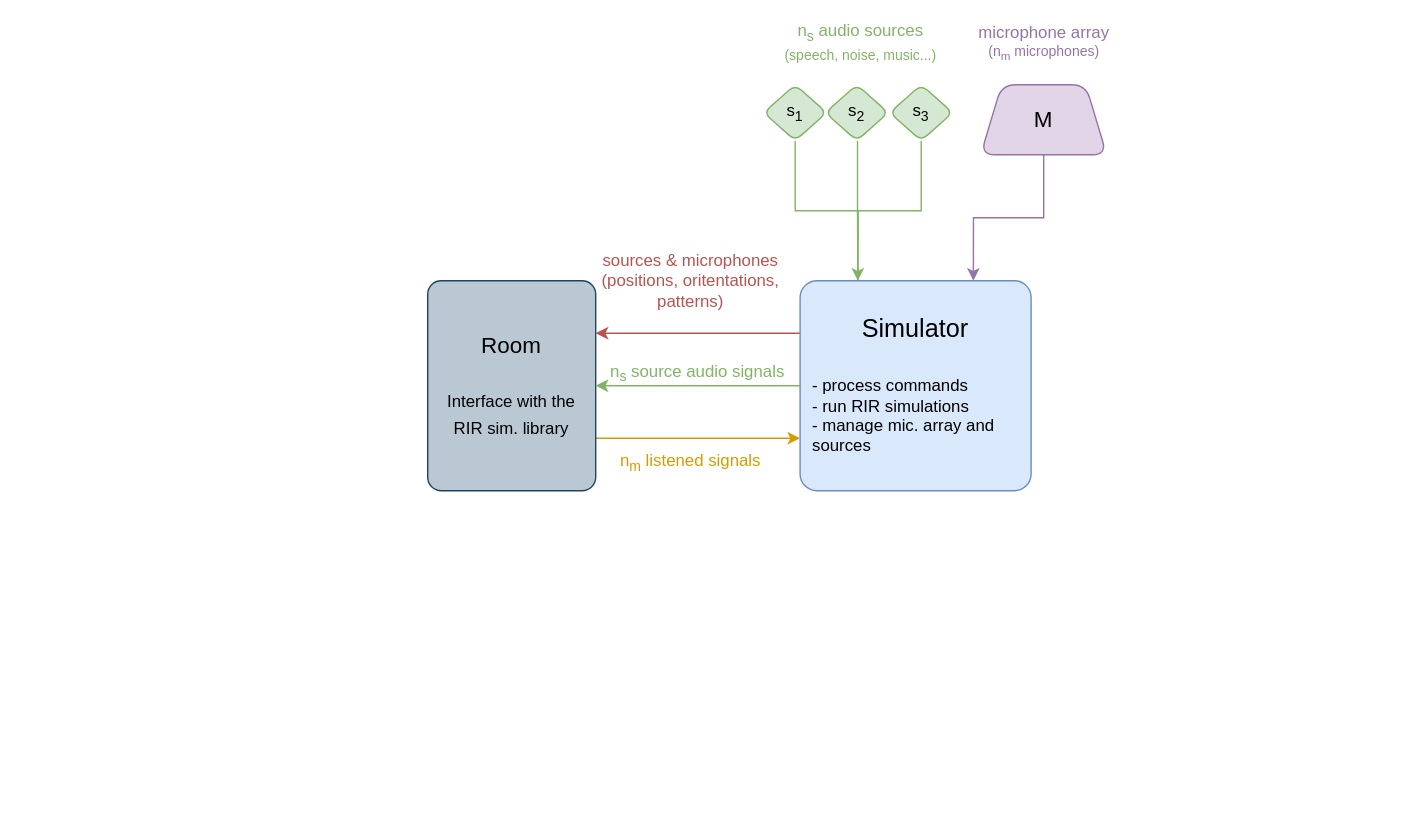
This is slides/2_simulator/figures/simulator_architecture_2.svg from GaetanLepage/phd_defense_slides, a draw.io export, as it was before one commit. Source tidied: cells renumbered, new cells last; positions are measured from the earlier drawing's top-left corner, leaving out a move shared by most shapes.
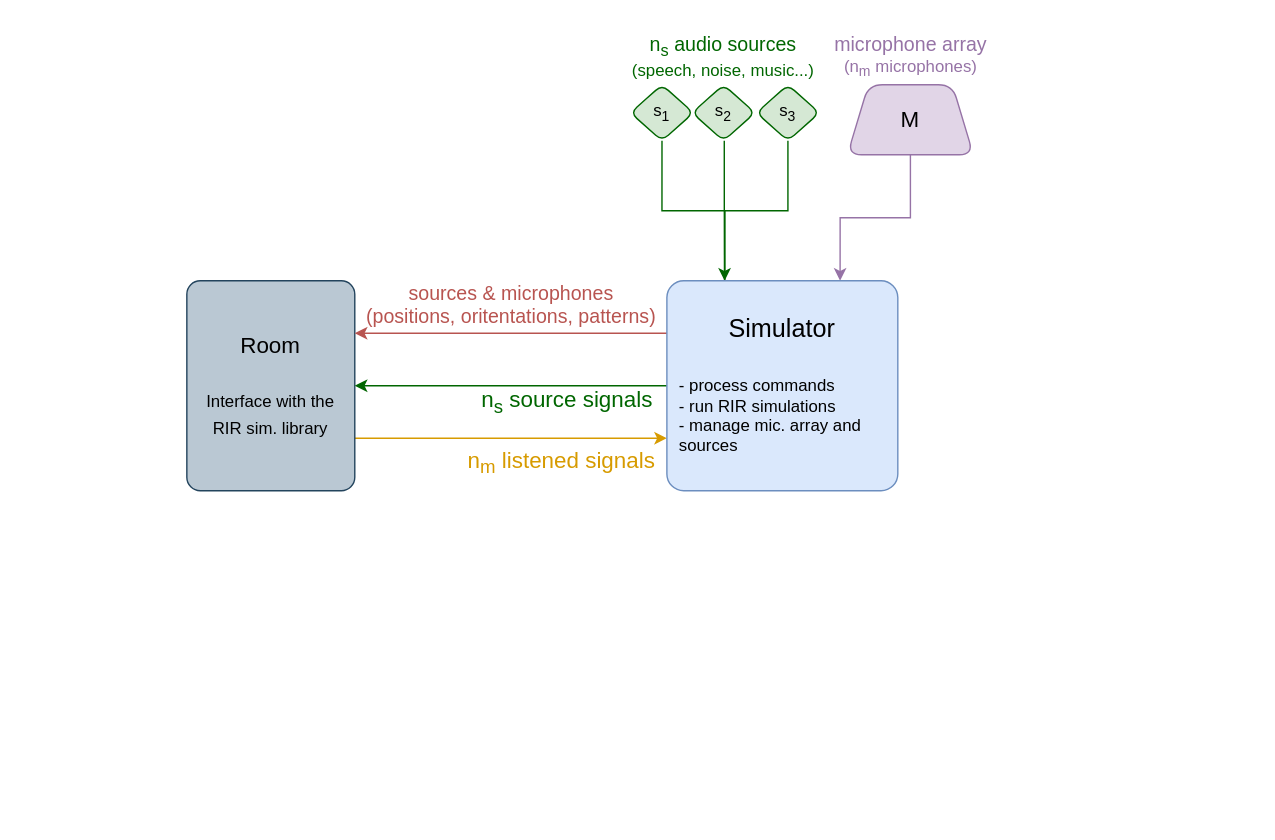
The same diagram one commit later.

Diff of the diagram source:
```diff
@@ -3,57 +3,57 @@
     <mxCell id="0" />
     <mxCell id="1" parent="0" />
     <mxCell id="2" style="rounded=0;whiteSpace=wrap;html=1;fillColor=none;strokeColor=none;" parent="1" vertex="1">
-      <mxGeometry width="1005" height="600" as="geometry" />
+      <mxGeometry x="95" width="910" height="600" as="geometry" />
     </mxCell>
-    <mxCell id="3" value="n&lt;sub&gt;s&lt;/sub&gt; source audio signals" style="text;html=1;align=center;verticalAlign=middle;whiteSpace=wrap;rounded=0;fontFamily=Helvetica;fontColor=#82B366;" parent="1" vertex="1">
-      <mxGeometry x="433" y="256" width="130" height="20" as="geometry" />
+    <mxCell id="3" value="n&lt;sub&gt;s&lt;/sub&gt; source signals" style="text;html=1;align=center;verticalAlign=middle;whiteSpace=wrap;rounded=0;fontFamily=Helvetica;fontColor=#006600;fontSize=16;" parent="1" vertex="1">
+      <mxGeometry x="435" y="277" width="130" height="20" as="geometry" />
     </mxCell>
     <mxCell id="4" style="edgeStyle=orthogonalEdgeStyle;rounded=1;hachureGap=4;jettySize=auto;html=1;exitX=1;exitY=0.75;exitDx=0;exitDy=0;entryX=0;entryY=0.75;entryDx=0;entryDy=0;fontFamily=Architects Daughter;fontSource=https%3A%2F%2Ffonts.googleapis.com%2Fcss%3Ffamily%3DArchitects%2BDaughter;fillColor=#ffe6cc;strokeColor=#d79b00;" parent="1" edge="1" source="5" target="20">
       <mxGeometry relative="1" as="geometry" />
     </mxCell>
     <mxCell id="5" value="Room&lt;div&gt;&lt;br&gt;&lt;div&gt;&lt;font style=&quot;font-size: 12px;&quot;&gt;Interface with the RIR sim. library&lt;/font&gt;&lt;/div&gt;&lt;/div&gt;" style="rounded=1;whiteSpace=wrap;html=1;hachureGap=4;fontFamily=Helvetica;fillColor=#bac8d3;strokeColor=#23445d;fontSize=16;spacing=6;arcSize=8;" parent="1" vertex="1">
-      <mxGeometry x="305" y="200" width="120" height="150" as="geometry" />
+      <mxGeometry x="228" y="200" width="120" height="150" as="geometry" />
     </mxCell>
     <mxCell id="6" style="edgeStyle=orthogonalEdgeStyle;rounded=1;hachureGap=4;jettySize=auto;html=1;exitX=0;exitY=0.25;exitDx=0;exitDy=0;entryX=1;entryY=0.25;entryDx=0;entryDy=0;fontFamily=Architects Daughter;fontSource=https%3A%2F%2Ffonts.googleapis.com%2Fcss%3Ffamily%3DArchitects%2BDaughter;fillColor=#f8cecc;strokeColor=#b85450;" parent="1" edge="1" source="20" target="5">
       <mxGeometry relative="1" as="geometry" />
     </mxCell>
-    <mxCell id="7" value="n&lt;sub&gt;m&lt;/sub&gt;&amp;nbsp;listened signals" style="text;html=1;align=center;verticalAlign=middle;whiteSpace=wrap;rounded=0;fontFamily=Helvetica;fontColor=#D79B00;" parent="1" vertex="1">
-      <mxGeometry x="433" y="320" width="120" height="20" as="geometry" />
+    <mxCell id="7" value="n&lt;sub&gt;m&lt;/sub&gt;&amp;nbsp;listened signals" style="text;html=1;align=center;verticalAlign=middle;whiteSpace=wrap;rounded=0;fontFamily=Helvetica;fontColor=#D79B00;fontSize=16;" parent="1" vertex="1">
+      <mxGeometry x="425" y="320" width="142" height="20" as="geometry" />
     </mxCell>
-    <mxCell id="8" style="edgeStyle=orthogonalEdgeStyle;rounded=0;hachureGap=4;jettySize=auto;html=1;exitX=0;exitY=0.5;exitDx=0;exitDy=0;entryX=1;entryY=0.5;entryDx=0;entryDy=0;fontFamily=Architects Daughter;fontSource=https%3A%2F%2Ffonts.googleapis.com%2Fcss%3Ffamily%3DArchitects%2BDaughter;fillColor=#d5e8d4;strokeColor=#82b366;" parent="1" edge="1" source="20" target="5">
+    <mxCell id="8" style="edgeStyle=orthogonalEdgeStyle;rounded=0;hachureGap=4;jettySize=auto;html=1;exitX=0;exitY=0.5;exitDx=0;exitDy=0;entryX=1;entryY=0.5;entryDx=0;entryDy=0;fontFamily=Architects Daughter;fontSource=https%3A%2F%2Ffonts.googleapis.com%2Fcss%3Ffamily%3DArchitects%2BDaughter;fillColor=#d5e8d4;strokeColor=#006600;" parent="1" edge="1" source="20" target="5">
       <mxGeometry relative="1" as="geometry" />
     </mxCell>
-    <mxCell id="9" style="edgeStyle=orthogonalEdgeStyle;rounded=0;hachureGap=4;jettySize=auto;html=1;exitX=0.5;exitY=1;exitDx=0;exitDy=0;entryX=0.25;entryY=0;entryDx=0;entryDy=0;fontFamily=Architects Daughter;fontSource=https%3A%2F%2Ffonts.googleapis.com%2Fcss%3Ffamily%3DArchitects%2BDaughter;strokeColor=#82B366;endArrow=none;startFill=0;" parent="1" edge="1" source="10" target="20">
+    <mxCell id="9" style="edgeStyle=orthogonalEdgeStyle;rounded=0;hachureGap=4;jettySize=auto;html=1;exitX=0.5;exitY=1;exitDx=0;exitDy=0;entryX=0.25;entryY=0;entryDx=0;entryDy=0;fontFamily=Architects Daughter;fontSource=https%3A%2F%2Ffonts.googleapis.com%2Fcss%3Ffamily%3DArchitects%2BDaughter;strokeColor=#006600;endArrow=none;startFill=0;" parent="1" edge="1" source="10" target="20">
       <mxGeometry relative="1" as="geometry" />
     </mxCell>
-    <mxCell id="10" value="s&lt;sub&gt;1&lt;/sub&gt;" style="rhombus;whiteSpace=wrap;html=1;hachureGap=4;fontFamily=Helvetica;rounded=1;arcSize=12;fillColor=#d5e8d4;strokeColor=#82b366;" parent="1" vertex="1">
+    <mxCell id="10" value="s&lt;sub&gt;1&lt;/sub&gt;" style="rhombus;whiteSpace=wrap;html=1;hachureGap=4;fontFamily=Helvetica;rounded=1;arcSize=12;fillColor=#d5e8d4;strokeColor=#006600;" parent="1" vertex="1">
       <mxGeometry x="545" y="60" width="45" height="40" as="geometry" />
     </mxCell>
-    <mxCell id="11" value="s&lt;sub&gt;2&lt;/sub&gt;" style="rhombus;whiteSpace=wrap;html=1;hachureGap=4;fontFamily=Helvetica;rounded=1;arcSize=12;fillColor=#d5e8d4;strokeColor=#82b366;" parent="1" vertex="1">
+    <mxCell id="11" value="s&lt;sub&gt;2&lt;/sub&gt;" style="rhombus;whiteSpace=wrap;html=1;hachureGap=4;fontFamily=Helvetica;rounded=1;arcSize=12;fillColor=#d5e8d4;strokeColor=#006600;" parent="1" vertex="1">
       <mxGeometry x="589" y="60" width="45" height="40" as="geometry" />
     </mxCell>
-    <mxCell id="12" style="edgeStyle=orthogonalEdgeStyle;rounded=0;hachureGap=4;jettySize=auto;html=1;entryX=0.25;entryY=0;entryDx=0;entryDy=0;fontFamily=Architects Daughter;fontSource=https%3A%2F%2Ffonts.googleapis.com%2Fcss%3Ffamily%3DArchitects%2BDaughter;strokeColor=#82B366;endArrow=none;startFill=0;" parent="1" edge="1" source="13" target="20">
+    <mxCell id="12" style="edgeStyle=orthogonalEdgeStyle;rounded=0;hachureGap=4;jettySize=auto;html=1;entryX=0.25;entryY=0;entryDx=0;entryDy=0;fontFamily=Architects Daughter;fontSource=https%3A%2F%2Ffonts.googleapis.com%2Fcss%3Ffamily%3DArchitects%2BDaughter;strokeColor=#006600;endArrow=none;startFill=0;" parent="1" edge="1" source="13" target="20">
       <mxGeometry relative="1" as="geometry" />
     </mxCell>
-    <mxCell id="13" value="s&lt;sub&gt;3&lt;/sub&gt;" style="rhombus;whiteSpace=wrap;html=1;hachureGap=4;fontFamily=Helvetica;rounded=1;arcSize=12;fillColor=#d5e8d4;strokeColor=#82b366;" parent="1" vertex="1">
+    <mxCell id="13" value="s&lt;sub&gt;3&lt;/sub&gt;" style="rhombus;whiteSpace=wrap;html=1;hachureGap=4;fontFamily=Helvetica;rounded=1;arcSize=12;fillColor=#d5e8d4;strokeColor=#006600;" parent="1" vertex="1">
       <mxGeometry x="635" y="60" width="45" height="40" as="geometry" />
     </mxCell>
-    <mxCell id="14" value="n&lt;sub&gt;s&lt;/sub&gt;&amp;nbsp;audio sources&lt;div&gt;&lt;font style=&quot;font-size: 10px;&quot;&gt;(speech, noise, music...)&lt;/font&gt;&lt;/div&gt;" style="text;html=1;align=center;verticalAlign=middle;whiteSpace=wrap;rounded=0;fontFamily=Helvetica;fontColor=#82B366;" parent="1" vertex="1">
-      <mxGeometry x="545" y="10" width="139" height="40" as="geometry" />
+    <mxCell id="14" value="&lt;font style=&quot;font-size: 14px;&quot;&gt;n&lt;sub style=&quot;&quot;&gt;s&lt;/sub&gt;&amp;nbsp;audio sources&lt;/font&gt;&lt;div&gt;&lt;font&gt;(speech, noise, music...)&lt;/font&gt;&lt;/div&gt;" style="text;html=1;align=center;verticalAlign=middle;whiteSpace=wrap;rounded=0;fontFamily=Helvetica;fontColor=#006600;" parent="1" vertex="1">
+      <mxGeometry x="542" y="20" width="139" height="40" as="geometry" />
     </mxCell>
     <mxCell id="15" style="edgeStyle=orthogonalEdgeStyle;rounded=0;hachureGap=4;jettySize=auto;html=1;exitX=0.5;exitY=1;exitDx=0;exitDy=0;entryX=0.75;entryY=0;entryDx=0;entryDy=0;fontFamily=Architects Daughter;fontSource=https%3A%2F%2Ffonts.googleapis.com%2Fcss%3Ffamily%3DArchitects%2BDaughter;fillColor=#e1d5e7;strokeColor=#9673a6;" parent="1" edge="1" source="18" target="20">
       <mxGeometry relative="1" as="geometry" />
     </mxCell>
-    <mxCell id="16" value="sources &amp;amp; microphones (positions, oritentations, patterns)" style="text;html=1;align=center;verticalAlign=middle;whiteSpace=wrap;rounded=0;fontFamily=Helvetica;fontColor=#B85450;" parent="1" vertex="1">
-      <mxGeometry x="408" y="170" width="170" height="60" as="geometry" />
+    <mxCell id="16" value="sources &amp;amp; microphones (positions, oritentations, patterns)" style="text;html=1;align=center;verticalAlign=middle;whiteSpace=wrap;rounded=0;fontFamily=Helvetica;fontColor=#B85450;fontSize=14;" parent="1" vertex="1">
+      <mxGeometry x="355" y="187.5" width="210" height="60" as="geometry" />
     </mxCell>
-    <mxCell id="17" value="microphone array&lt;div style=&quot;font-size: 10px;&quot;&gt;(n&lt;sub&gt;m&lt;/sub&gt; microphones)&lt;/div&gt;" style="text;html=1;align=center;verticalAlign=middle;whiteSpace=wrap;rounded=0;fontFamily=Helvetica;fontColor=#9673A6;" parent="1" vertex="1">
-      <mxGeometry x="675.5" y="10" width="139" height="40" as="geometry" />
+    <mxCell id="17" value="&lt;font style=&quot;font-size: 14px;&quot;&gt;microphone array&lt;/font&gt;&lt;div style=&quot;&quot;&gt;&lt;font&gt;(n&lt;sub style=&quot;&quot;&gt;m&lt;/sub&gt; microphones)&lt;/font&gt;&lt;/div&gt;" style="text;html=1;align=center;verticalAlign=middle;whiteSpace=wrap;rounded=0;fontFamily=Helvetica;fontColor=#9673A6;" parent="1" vertex="1">
+      <mxGeometry x="675.5" y="20" width="139" height="40" as="geometry" />
     </mxCell>
     <mxCell id="18" value="M" style="shape=trapezoid;perimeter=trapezoidPerimeter;whiteSpace=wrap;html=1;fixedSize=1;hachureGap=4;fontFamily=Helvetica;fontSize=16;fillColor=#e1d5e7;strokeColor=#9673a6;size=15;rounded=1;" parent="1" vertex="1">
       <mxGeometry x="700" y="60" width="90" height="50" as="geometry" />
     </mxCell>
-    <mxCell id="19" style="edgeStyle=orthogonalEdgeStyle;rounded=0;hachureGap=4;jettySize=auto;html=1;exitX=0.25;exitY=0;exitDx=0;exitDy=0;fontFamily=Architects Daughter;fontSource=https%3A%2F%2Ffonts.googleapis.com%2Fcss%3Ffamily%3DArchitects%2BDaughter;endArrow=classic;startFill=0;strokeColor=#82B366;endFill=1;entryX=0.25;entryY=0;entryDx=0;entryDy=0;" parent="1" edge="1" target="20">
+    <mxCell id="19" style="edgeStyle=orthogonalEdgeStyle;rounded=0;hachureGap=4;jettySize=auto;html=1;exitX=0.25;exitY=0;exitDx=0;exitDy=0;fontFamily=Architects Daughter;fontSource=https%3A%2F%2Ffonts.googleapis.com%2Fcss%3Ffamily%3DArchitects%2BDaughter;endArrow=classic;startFill=0;strokeColor=#006600;endFill=1;entryX=0.25;entryY=0;entryDx=0;entryDy=0;" parent="1" edge="1" target="20">
       <mxGeometry relative="1" as="geometry">
         <mxPoint x="612" y="100" as="sourcePoint" />
         <Array as="points">
```
